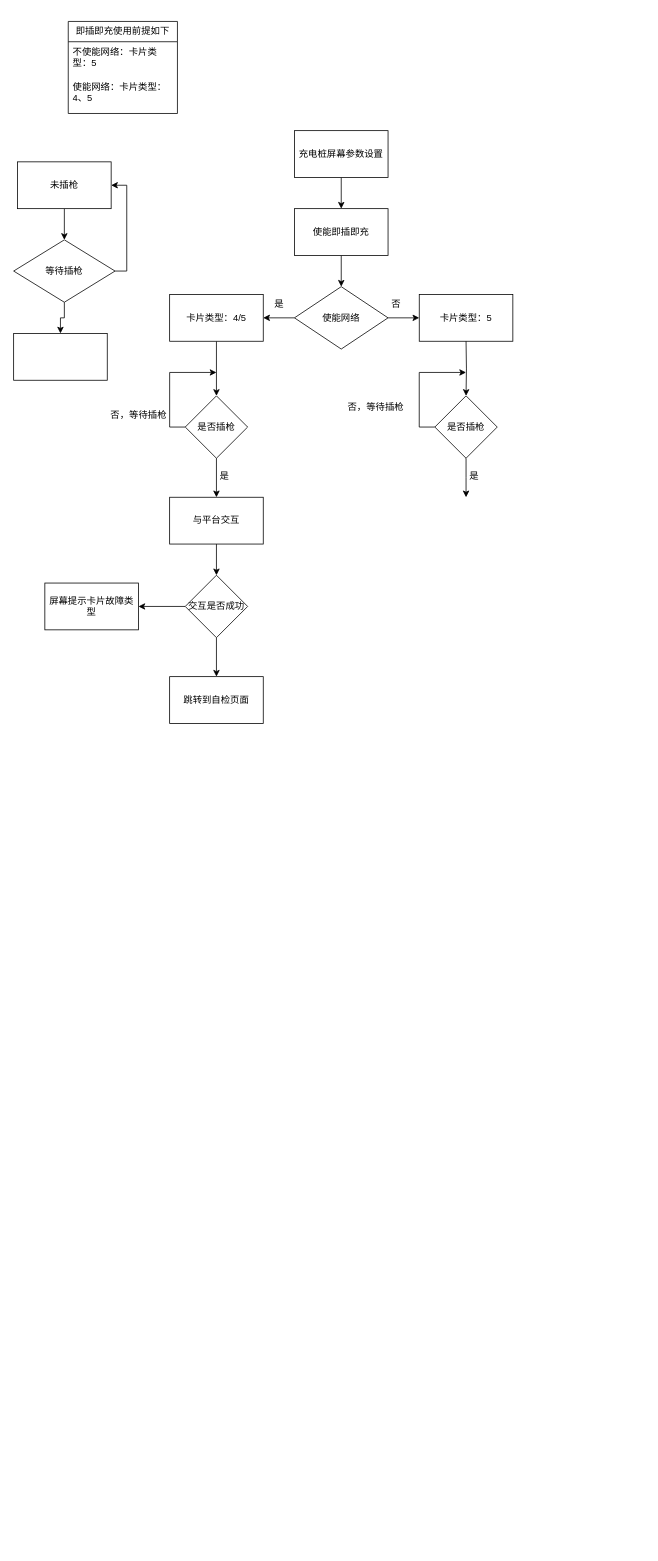
This is 即插即充.drawio from FaithZoro/DrawioFile, a draw.io file, before an edit. Source tidied: cells renumbered, new cells numbered last; positions are measured from the earlier drawing's top-left corner, leaving out a move shared by most shapes. Both pictures are drawn from the tidied source at 78%, with x=0, y=0 at pixel (13, 21).
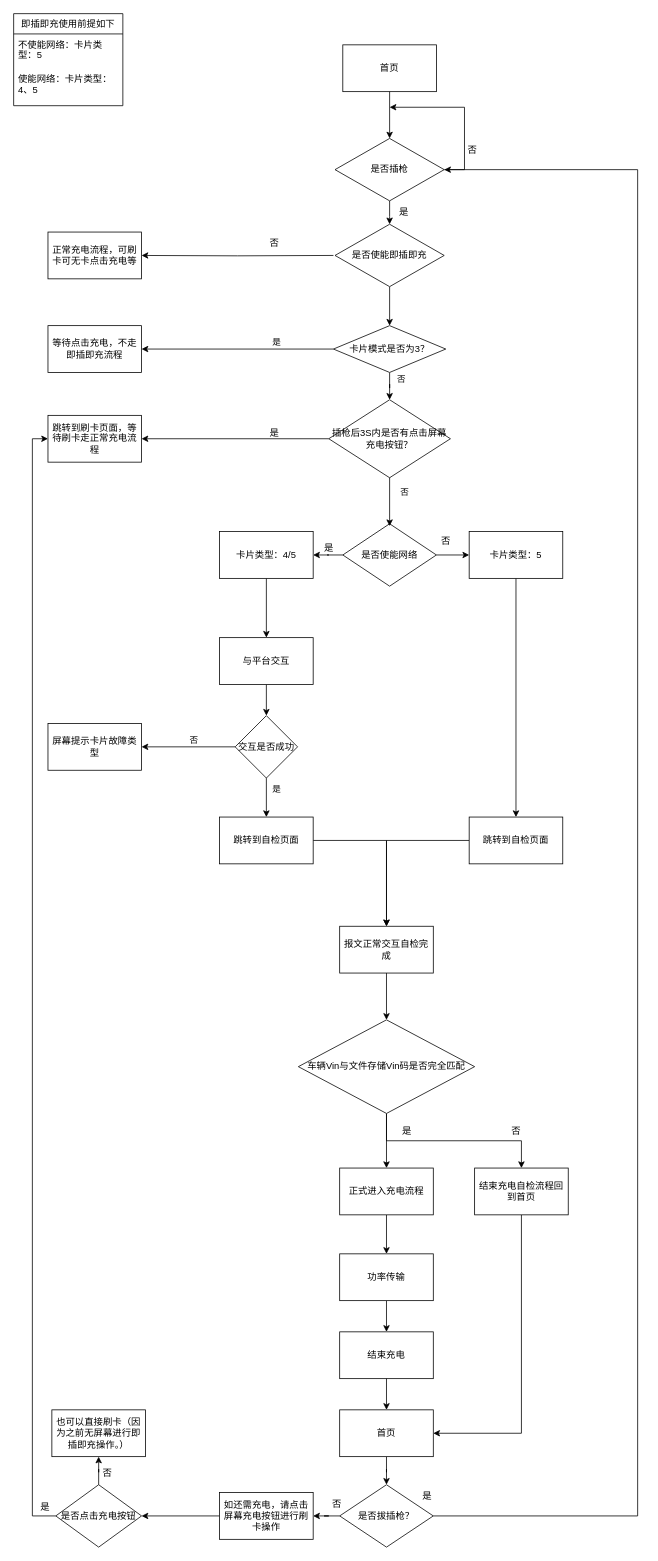
The same page after the edit.

Commit message:
更新即插即充.drawio

Unchanged cells that the change refers to:
```xml
<mxCell id="30" style="edgeStyle=orthogonalEdgeStyle;rounded=0;jettySize=auto;html=1;" parent="1" edge="1" source="32" target="33">
  <mxGeometry relative="1" as="geometry" />
</mxCell>
<mxCell id="31" style="edgeStyle=orthogonalEdgeStyle;rounded=0;jettySize=auto;html=1;" parent="1" edge="1" source="32" target="34">
  <mxGeometry relative="1" as="geometry" />
</mxCell>
```

Diff of the diagram source:
```diff
@@
     <mxCell id="2" value="即插即充使用前提如下" style="swimlane;fontStyle=0;horizontal=1;startSize=26;fillColor=none;whiteSpace=wrap;html=1;" parent="1" vertex="1">
-      <mxGeometry x="70" width="140" height="118" as="geometry" />
+      <mxGeometry y="-10" width="140" height="118" as="geometry" />
     </mxCell>
@@
-    <mxCell id="5" style="edgeStyle=orthogonalEdgeStyle;rounded=0;jettySize=auto;html=1;" parent="1" edge="1" source="6" target="9">
-      <mxGeometry relative="1" as="geometry" />
-    </mxCell>
-    <mxCell id="6" value="未插枪" style="whiteSpace=wrap;html=1;" parent="1" vertex="1">
-      <mxGeometry x="5" y="180" width="120" height="60" as="geometry" />
-    </mxCell>
-    <mxCell id="7" style="edgeStyle=orthogonalEdgeStyle;rounded=0;jettySize=auto;html=1;entryX=1;entryY=0.5;entryDx=0;entryDy=0;" parent="1" edge="1" source="9" target="6">
-      <mxGeometry relative="1" as="geometry">
-        <Array as="points">
-          <mxPoint x="145" y="320" />
-          <mxPoint x="145" y="210" />
-        </Array>
-      </mxGeometry>
-    </mxCell>
-    <mxCell id="8" style="edgeStyle=orthogonalEdgeStyle;rounded=0;jettySize=auto;html=1;" parent="1" edge="1" source="9" target="10">
-      <mxGeometry relative="1" as="geometry" />
-    </mxCell>
-    <mxCell id="9" value="等待插枪" style="rhombus;whiteSpace=wrap;html=1;direction=south;" parent="1" vertex="1">
-      <mxGeometry y="280" width="130" height="80" as="geometry" />
-    </mxCell>
-    <mxCell id="10" style="whiteSpace=wrap;html=1;" parent="1" vertex="1">
-      <mxGeometry y="400" width="120" height="60" as="geometry" />
-    </mxCell>
-    <mxCell id="11" style="edgeStyle=orthogonalEdgeStyle;rounded=0;jettySize=auto;html=1;" parent="1" edge="1" source="12" target="14">
-      <mxGeometry relative="1" as="geometry" />
-    </mxCell>
-    <mxCell id="12" value="充电桩屏幕参数设置" style="rounded=0;whiteSpace=wrap;html=1;" parent="1" vertex="1">
-      <mxGeometry x="360" y="140" width="120" height="60" as="geometry" />
+    <mxCell id="12" value="首页" style="rounded=0;whiteSpace=wrap;html=1;" parent="1" vertex="1">
+      <mxGeometry x="422" y="30" width="120" height="60" as="geometry" />
     </mxCell>
-    <mxCell id="13" style="edgeStyle=orthogonalEdgeStyle;rounded=0;jettySize=auto;html=1;" parent="1" edge="1" source="14" target="17">
-      <mxGeometry relative="1" as="geometry" />
-    </mxCell>
-    <mxCell id="14" value="使能即插即充" style="rounded=0;whiteSpace=wrap;html=1;" parent="1" vertex="1">
-      <mxGeometry x="360" y="240" width="120" height="60" as="geometry" />
-    </mxCell>
+    <mxCell id="41" style="edgeStyle=orthogonalEdgeStyle;rounded=0;jettySize=auto;html=1;exitX=0.5;exitY=1;exitDx=0;exitDy=0;" parent="1" edge="1" source="12" target="86">
+      <mxGeometry relative="1" as="geometry" />
+    </mxCell>
@@
-    <mxCell id="17" value="使能网络" style="rhombus;whiteSpace=wrap;html=1;rounded=0;" parent="1" vertex="1">
-      <mxGeometry x="360" y="340" width="120" height="80" as="geometry" />
+    <mxCell id="17" value="是否使能网络" style="rhombus;whiteSpace=wrap;html=1;rounded=0;" parent="1" vertex="1">
+      <mxGeometry x="422" y="644" width="120" height="80" as="geometry" />
     </mxCell>
+    <mxCell id="42" style="edgeStyle=orthogonalEdgeStyle;rounded=0;jettySize=auto;html=1;entryX=0.5;entryY=0;entryDx=0;entryDy=0;" parent="1" edge="1" source="18" target="47">
+      <mxGeometry relative="1" as="geometry" />
+    </mxCell>
     <mxCell id="18" value="卡片类型：5" style="rounded=0;whiteSpace=wrap;html=1;" parent="1" vertex="1">
-      <mxGeometry x="520" y="350" width="120" height="60" as="geometry" />
+      <mxGeometry x="584" y="654" width="120" height="60" as="geometry" />
     </mxCell>
-    <mxCell id="19" style="edgeStyle=orthogonalEdgeStyle;rounded=0;jettySize=auto;html=1;" parent="1" edge="1" source="20" target="25">
+    <mxCell id="19" style="edgeStyle=orthogonalEdgeStyle;rounded=0;jettySize=auto;html=1;entryX=0.5;entryY=0;entryDx=0;entryDy=0;" parent="1" edge="1" source="20" target="27">
       <mxGeometry relative="1" as="geometry" />
     </mxCell>
     <mxCell id="20" value="卡片类型：4/5" style="whiteSpace=wrap;html=1;rounded=0;" parent="1" vertex="1">
-      <mxGeometry x="200" y="350" width="120" height="60" as="geometry" />
+      <mxGeometry x="264" y="654" width="120" height="60" as="geometry" />
     </mxCell>
     <mxCell id="21" value="否" style="text;html=1;align=center;verticalAlign=middle;strokeColor=none;fillColor=none;" parent="1" vertex="1">
-      <mxGeometry x="470" y="348" width="40" height="30" as="geometry" />
+      <mxGeometry x="534" y="652" width="40" height="30" as="geometry" />
     </mxCell>
     <mxCell id="22" value="是" style="text;html=1;align=center;verticalAlign=middle;strokeColor=none;fillColor=none;" parent="1" vertex="1">
-      <mxGeometry x="320" y="348" width="40" height="30" as="geometry" />
+      <mxGeometry x="384" y="660" width="40" height="30" as="geometry" />
     </mxCell>
-    <mxCell id="23" style="edgeStyle=orthogonalEdgeStyle;rounded=0;jettySize=auto;html=1;" parent="1" edge="1" source="25" target="27">
-      <mxGeometry relative="1" as="geometry" />
-    </mxCell>
-    <mxCell id="24" style="edgeStyle=orthogonalEdgeStyle;rounded=0;jettySize=auto;html=1;exitX=0;exitY=0.5;exitDx=0;exitDy=0;" parent="1" edge="1" source="25">
-      <mxGeometry relative="1" as="geometry">
-        <mxPoint x="260" y="450" as="targetPoint" />
-        <Array as="points">
-          <mxPoint x="200" y="520" />
-          <mxPoint x="200" y="450" />
-        </Array>
-      </mxGeometry>
-    </mxCell>
-    <mxCell id="25" value="是否插枪" style="rhombus;whiteSpace=wrap;html=1;rounded=0;" parent="1" vertex="1">
-      <mxGeometry x="220" y="480" width="80" height="80" as="geometry" />
-    </mxCell>
@@
     <mxCell id="27" value="与平台交互" style="whiteSpace=wrap;html=1;rounded=0;" parent="1" vertex="1">
-      <mxGeometry x="200" y="610" width="120" height="60" as="geometry" />
+      <mxGeometry x="264" y="790" width="120" height="60" as="geometry" />
     </mxCell>
-    <mxCell id="28" value="是" style="text;html=1;align=center;verticalAlign=middle;strokeColor=none;fillColor=none;" parent="1" vertex="1">
-      <mxGeometry x="250" y="568" width="40" height="30" as="geometry" />
-    </mxCell>
-    <mxCell id="29" value="否，等待插枪" style="text;html=1;align=center;verticalAlign=middle;strokeColor=none;fillColor=none;" parent="1" vertex="1">
-      <mxGeometry x="110" y="490" width="100" height="30" as="geometry" />
-    </mxCell>
@@
+    <mxCell id="43" value="是" style="edgeLabel;html=1;align=center;verticalAlign=middle;" parent="30" vertex="1">
+      <mxGeometry x="-0.44" y="3" relative="1" as="geometry">
+        <mxPoint x="9" as="offset" />
+      </mxGeometry>
+    </mxCell>
@@
+    <mxCell id="44" value="否" style="edgeLabel;html=1;align=center;verticalAlign=middle;" parent="31" vertex="1">
+      <mxGeometry x="-0.1" y="-3" relative="1" as="geometry">
+        <mxPoint y="-7" as="offset" />
+      </mxGeometry>
+    </mxCell>
     <mxCell id="32" value="交互是否成功" style="rhombus;whiteSpace=wrap;html=1;rounded=0;" parent="1" vertex="1">
-      <mxGeometry x="220" y="710" width="80" height="80" as="geometry" />
+      <mxGeometry x="284" y="890" width="80" height="80" as="geometry" />
     </mxCell>
+    <mxCell id="45" style="edgeStyle=orthogonalEdgeStyle;rounded=0;jettySize=auto;html=1;" parent="1" edge="1" source="33" target="49">
+      <mxGeometry relative="1" as="geometry" />
+    </mxCell>
     <mxCell id="33" value="跳转到自检页面" style="whiteSpace=wrap;html=1;rounded=0;" parent="1" vertex="1">
-      <mxGeometry x="200" y="840" width="120" height="60" as="geometry" />
+      <mxGeometry x="264" y="1020" width="120" height="60" as="geometry" />
     </mxCell>
     <mxCell id="34" value="屏幕提示卡片故障类型" style="whiteSpace=wrap;html=1;rounded=0;" parent="1" vertex="1">
-      <mxGeometry x="40" y="720" width="120" height="60" as="geometry" />
+      <mxGeometry x="44" y="900" width="120" height="60" as="geometry" />
     </mxCell>
-    <mxCell id="35" style="edgeStyle=orthogonalEdgeStyle;rounded=0;jettySize=auto;html=1;" parent="1" edge="1" target="38">
-      <mxGeometry relative="1" as="geometry">
-        <mxPoint x="580" y="410" as="sourcePoint" />
-      </mxGeometry>
-    </mxCell>
-    <mxCell id="36" style="edgeStyle=orthogonalEdgeStyle;rounded=0;jettySize=auto;html=1;" parent="1" edge="1" source="38">
-      <mxGeometry relative="1" as="geometry">
-        <mxPoint x="580" y="610" as="targetPoint" />
-      </mxGeometry>
-    </mxCell>
-    <mxCell id="37" style="edgeStyle=orthogonalEdgeStyle;rounded=0;jettySize=auto;html=1;exitX=0;exitY=0.5;exitDx=0;exitDy=0;" parent="1" edge="1" source="38">
-      <mxGeometry relative="1" as="geometry">
-        <mxPoint x="580" y="450" as="targetPoint" />
-        <Array as="points">
-          <mxPoint x="520" y="520" />
-          <mxPoint x="520" y="450" />
-        </Array>
-      </mxGeometry>
-    </mxCell>
-    <mxCell id="38" value="是否插枪" style="rhombus;whiteSpace=wrap;html=1;rounded=0;" parent="1" vertex="1">
-      <mxGeometry x="540" y="480" width="80" height="80" as="geometry" />
-    </mxCell>
-    <mxCell id="39" value="是" style="text;html=1;align=center;verticalAlign=middle;strokeColor=none;fillColor=none;" parent="1" vertex="1">
-      <mxGeometry x="570" y="568" width="40" height="30" as="geometry" />
-    </mxCell>
-    <mxCell id="40" value="否，等待插枪" style="text;html=1;align=center;verticalAlign=middle;strokeColor=none;fillColor=none;" parent="1" vertex="1">
-      <mxGeometry x="414" y="480" width="100" height="30" as="geometry" />
+    <mxCell id="40" value="&lt;br&gt;&lt;div&gt;&lt;br&gt;&lt;/div&gt;" style="text;html=1;align=center;verticalAlign=middle;strokeColor=none;fillColor=none;" parent="1" vertex="1">
+      <mxGeometry x="518" y="779" width="20" height="40" as="geometry" />
     </mxCell>
+    <mxCell id="46" style="edgeStyle=orthogonalEdgeStyle;rounded=0;jettySize=auto;html=1;entryX=0.5;entryY=0;entryDx=0;entryDy=0;" parent="1" edge="1" source="47" target="49">
+      <mxGeometry relative="1" as="geometry" />
+    </mxCell>
+    <mxCell id="47" value="跳转到自检页面" style="whiteSpace=wrap;html=1;rounded=0;" parent="1" vertex="1">
+      <mxGeometry x="584" y="1020" width="120" height="60" as="geometry" />
+    </mxCell>
+    <mxCell id="48" style="edgeStyle=orthogonalEdgeStyle;rounded=0;jettySize=auto;html=1;" parent="1" edge="1" source="49" target="52">
+      <mxGeometry relative="1" as="geometry" />
+    </mxCell>
+    <mxCell id="49" value="报文正常交互自检完成" style="rounded=0;whiteSpace=wrap;html=1;" parent="1" vertex="1">
+      <mxGeometry x="418" y="1160" width="120" height="60" as="geometry" />
+    </mxCell>
+    <mxCell id="50" style="edgeStyle=orthogonalEdgeStyle;rounded=0;jettySize=auto;html=1;" parent="1" edge="1" source="52" target="54">
+      <mxGeometry relative="1" as="geometry" />
+    </mxCell>
+    <mxCell id="51" style="edgeStyle=orthogonalEdgeStyle;rounded=0;jettySize=auto;html=1;" parent="1" edge="1" source="52" target="56">
+      <mxGeometry relative="1" as="geometry" />
+    </mxCell>
+    <mxCell id="52" value="车辆Vin与文件存储Vin码是否完全匹配" style="rhombus;whiteSpace=wrap;html=1;rounded=0;" parent="1" vertex="1">
+      <mxGeometry x="365" y="1280" width="226" height="120" as="geometry" />
+    </mxCell>
+    <mxCell id="53" style="edgeStyle=orthogonalEdgeStyle;rounded=0;jettySize=auto;html=1;" parent="1" edge="1" source="54" target="60">
+      <mxGeometry relative="1" as="geometry" />
+    </mxCell>
+    <mxCell id="54" value="正式进入充电流程" style="whiteSpace=wrap;html=1;rounded=0;" parent="1" vertex="1">
+      <mxGeometry x="418" y="1470" width="120" height="60" as="geometry" />
+    </mxCell>
+    <mxCell id="55" style="edgeStyle=orthogonalEdgeStyle;rounded=0;jettySize=auto;html=1;entryX=1;entryY=0.5;entryDx=0;entryDy=0;exitX=0.5;exitY=1;exitDx=0;exitDy=0;" parent="1" edge="1" source="56" target="99">
+      <mxGeometry relative="1" as="geometry" />
+    </mxCell>
+    <mxCell id="56" value="结束充电自检流程回到首页" style="whiteSpace=wrap;html=1;rounded=0;" parent="1" vertex="1">
+      <mxGeometry x="591" y="1470" width="120" height="60" as="geometry" />
+    </mxCell>
+    <mxCell id="57" value="是" style="text;html=1;align=center;verticalAlign=middle;strokeColor=none;fillColor=none;" parent="1" vertex="1">
+      <mxGeometry x="484" y="1408" width="40" height="30" as="geometry" />
+    </mxCell>
+    <mxCell id="58" value="否" style="text;html=1;align=center;verticalAlign=middle;strokeColor=none;fillColor=none;" parent="1" vertex="1">
+      <mxGeometry x="624" y="1408" width="40" height="30" as="geometry" />
+    </mxCell>
+    <mxCell id="59" style="edgeStyle=orthogonalEdgeStyle;rounded=0;jettySize=auto;html=1;" parent="1" edge="1" source="60" target="62">
+      <mxGeometry relative="1" as="geometry" />
+    </mxCell>
+    <mxCell id="60" value="功率传输" style="whiteSpace=wrap;html=1;rounded=0;" parent="1" vertex="1">
+      <mxGeometry x="418" y="1580" width="120" height="60" as="geometry" />
+    </mxCell>
+    <mxCell id="61" style="edgeStyle=orthogonalEdgeStyle;rounded=0;jettySize=auto;html=1;" parent="1" edge="1" source="99" target="78">
+      <mxGeometry relative="1" as="geometry" />
+    </mxCell>
+    <mxCell id="62" value="结束充电" style="whiteSpace=wrap;html=1;rounded=0;" parent="1" vertex="1">
+      <mxGeometry x="418" y="1680" width="120" height="60" as="geometry" />
+    </mxCell>
+    <mxCell id="63" style="edgeStyle=orthogonalEdgeStyle;rounded=0;jettySize=auto;html=1;" parent="1" edge="1" source="67" target="68">
+      <mxGeometry relative="1" as="geometry" />
+    </mxCell>
+    <mxCell id="64" value="是" style="edgeLabel;html=1;align=center;verticalAlign=middle;" parent="63" vertex="1">
+      <mxGeometry x="-0.43" y="-4" relative="1" as="geometry">
+        <mxPoint x="-4" y="-6" as="offset" />
+      </mxGeometry>
+    </mxCell>
+    <mxCell id="65" style="edgeStyle=orthogonalEdgeStyle;rounded=0;jettySize=auto;html=1;" parent="1" edge="1" source="67" target="72">
+      <mxGeometry relative="1" as="geometry" />
+    </mxCell>
+    <mxCell id="66" value="否" style="edgeLabel;html=1;align=center;verticalAlign=middle;" parent="65" vertex="1">
+      <mxGeometry x="-0.64" y="4" relative="1" as="geometry">
+        <mxPoint x="10" as="offset" />
+      </mxGeometry>
+    </mxCell>
+    <mxCell id="67" value="卡片模式是否为3？" style="rhombus;whiteSpace=wrap;html=1;rounded=0;" parent="1" vertex="1">
+      <mxGeometry x="410" y="390" width="144" height="60" as="geometry" />
+    </mxCell>
+    <mxCell id="68" value="等待点击充电，不走即插即充流程" style="whiteSpace=wrap;html=1;rounded=0;" parent="1" vertex="1">
+      <mxGeometry x="44" y="390" width="120" height="60" as="geometry" />
+    </mxCell>
+    <mxCell id="69" style="edgeStyle=orthogonalEdgeStyle;rounded=0;jettySize=auto;html=1;exitX=0;exitY=0.5;exitDx=0;exitDy=0;" parent="1" edge="1" source="72" target="73">
+      <mxGeometry relative="1" as="geometry" />
+    </mxCell>
+    <mxCell id="70" style="edgeStyle=orthogonalEdgeStyle;rounded=0;orthogonalLoop=1;jettySize=auto;html=1;entryX=0.5;entryY=0.075;entryDx=0;entryDy=0;entryPerimeter=0;" parent="1" edge="1">
+      <mxGeometry relative="1" as="geometry">
+        <mxPoint x="482" y="582" as="sourcePoint" />
+        <mxPoint x="482" y="647" as="targetPoint" />
+      </mxGeometry>
+    </mxCell>
+    <mxCell id="71" value="否" style="edgeLabel;html=1;align=center;verticalAlign=middle;" parent="70" vertex="1">
+      <mxGeometry x="-0.36" y="2" relative="1" as="geometry">
+        <mxPoint x="16" as="offset" />
+      </mxGeometry>
+    </mxCell>
+    <mxCell id="72" value="插枪后3S内是否有点击屏幕充电按钮？" style="rhombus;whiteSpace=wrap;html=1;rounded=0;" parent="1" vertex="1">
+      <mxGeometry x="404" y="485" width="156" height="100" as="geometry" />
+    </mxCell>
+    <mxCell id="73" value="跳转到刷卡页面，等待刷卡走正常充电流程" style="whiteSpace=wrap;html=1;rounded=0;" parent="1" vertex="1">
+      <mxGeometry x="44" y="505" width="120" height="60" as="geometry" />
+    </mxCell>
+    <mxCell id="74" value="是" style="text;html=1;align=center;verticalAlign=middle;strokeColor=none;fillColor=none;" parent="1" vertex="1">
+      <mxGeometry x="314" y="513" width="40" height="30" as="geometry" />
+    </mxCell>
+    <mxCell id="75" style="edgeStyle=orthogonalEdgeStyle;rounded=0;jettySize=auto;html=1;entryX=0;entryY=0.5;entryDx=0;entryDy=0;exitX=0;exitY=0.5;exitDx=0;exitDy=0;" parent="1" edge="1" source="94" target="73">
+      <mxGeometry relative="1" as="geometry" />
+    </mxCell>
+    <mxCell id="76" style="edgeStyle=orthogonalEdgeStyle;rounded=0;jettySize=auto;html=1;" parent="1" edge="1" source="78" target="81">
+      <mxGeometry relative="1" as="geometry" />
+    </mxCell>
+    <mxCell id="77" style="edgeStyle=orthogonalEdgeStyle;rounded=0;jettySize=auto;html=1;entryX=1;entryY=0.5;entryDx=0;entryDy=0;" parent="1" edge="1" source="78" target="86">
+      <mxGeometry relative="1" as="geometry">
+        <Array as="points">
+          <mxPoint x="800" y="1916" />
+          <mxPoint x="800" y="190" />
+        </Array>
+      </mxGeometry>
+    </mxCell>
+    <mxCell id="78" value="是否拔插枪？" style="rhombus;whiteSpace=wrap;html=1;rounded=0;" parent="1" vertex="1">
+      <mxGeometry x="418" y="1876" width="120" height="80" as="geometry" />
+    </mxCell>
+    <mxCell id="79" value="否" style="text;html=1;align=center;verticalAlign=middle;strokeColor=none;fillColor=none;" parent="1" vertex="1">
+      <mxGeometry x="394" y="1886" width="40" height="30" as="geometry" />
+    </mxCell>
+    <mxCell id="80" style="edgeStyle=orthogonalEdgeStyle;rounded=0;jettySize=auto;html=1;entryX=1;entryY=0.5;entryDx=0;entryDy=0;" parent="1" edge="1" source="81" target="94">
+      <mxGeometry relative="1" as="geometry" />
+    </mxCell>
+    <mxCell id="81" value="如还需充电，请点击屏幕充电按钮进行刷卡操作" style="whiteSpace=wrap;html=1;rounded=0;" parent="1" vertex="1">
+      <mxGeometry x="264" y="1886" width="120" height="60" as="geometry" />
+    </mxCell>
+    <mxCell id="82" value="是" style="text;html=1;align=center;verticalAlign=middle;strokeColor=none;fillColor=none;" parent="1" vertex="1">
+      <mxGeometry x="510" y="1876" width="40" height="30" as="geometry" />
+    </mxCell>
+    <mxCell id="83" style="edgeStyle=orthogonalEdgeStyle;rounded=0;jettySize=auto;html=1;entryX=0.5;entryY=0;entryDx=0;entryDy=0;" parent="1" edge="1" source="86">
+      <mxGeometry relative="1" as="geometry">
+        <mxPoint x="482" y="260" as="targetPoint" />
+      </mxGeometry>
+    </mxCell>
+    <mxCell id="84" style="edgeStyle=orthogonalEdgeStyle;rounded=0;jettySize=auto;html=1;exitX=1;exitY=0.5;exitDx=0;exitDy=0;" parent="1" edge="1" source="86">
+      <mxGeometry relative="1" as="geometry">
+        <mxPoint x="482" y="110" as="targetPoint" />
+        <Array as="points">
+          <mxPoint x="578" y="190" />
+          <mxPoint x="578" y="110" />
+        </Array>
+      </mxGeometry>
+    </mxCell>
+    <mxCell id="85" style="edgeStyle=orthogonalEdgeStyle;rounded=0;jettySize=auto;html=1;" parent="1" edge="1" target="88">
+      <mxGeometry relative="1" as="geometry">
+        <mxPoint x="410" y="300" as="sourcePoint" />
+      </mxGeometry>
+    </mxCell>
+    <mxCell id="86" value="是否插枪" style="rhombus;whiteSpace=wrap;html=1;rounded=0;" parent="1" vertex="1">
+      <mxGeometry x="412" y="150" width="140" height="80" as="geometry" />
+    </mxCell>
+    <mxCell id="87" value="是" style="text;html=1;align=center;verticalAlign=middle;strokeColor=none;fillColor=none;" parent="1" vertex="1">
+      <mxGeometry x="480" y="230" width="40" height="30" as="geometry" />
+    </mxCell>
+    <mxCell id="88" value="正常充电流程，可刷卡可无卡点击充电等" style="whiteSpace=wrap;html=1;rounded=0;" parent="1" vertex="1">
+      <mxGeometry x="44" y="270" width="120" height="60" as="geometry" />
+    </mxCell>
+    <mxCell id="89" value="否" style="text;html=1;align=center;verticalAlign=middle;strokeColor=none;fillColor=none;" parent="1" vertex="1">
+      <mxGeometry x="314" y="270" width="40" height="30" as="geometry" />
+    </mxCell>
+    <mxCell id="90" style="edgeStyle=orthogonalEdgeStyle;rounded=0;jettySize=auto;html=1;entryX=0.5;entryY=0;entryDx=0;entryDy=0;" parent="1" edge="1" source="91" target="67">
+      <mxGeometry relative="1" as="geometry" />
+    </mxCell>
+    <mxCell id="91" value="是否使能即插即充" style="rhombus;whiteSpace=wrap;html=1;rounded=0;" parent="1" vertex="1">
+      <mxGeometry x="412" y="260" width="140" height="80" as="geometry" />
+    </mxCell>
+    <mxCell id="92" value="否" style="text;html=1;align=center;verticalAlign=middle;strokeColor=none;fillColor=none;" parent="1" vertex="1">
+      <mxGeometry x="568" y="150" width="40" height="30" as="geometry" />
+    </mxCell>
+    <mxCell id="93" style="edgeStyle=orthogonalEdgeStyle;rounded=0;jettySize=auto;html=1;" parent="1" edge="1" source="94" target="96">
+      <mxGeometry relative="1" as="geometry" />
+    </mxCell>
+    <mxCell id="94" value="是否点击充电按钮" style="rhombus;whiteSpace=wrap;html=1;" parent="1" vertex="1">
+      <mxGeometry x="54" y="1876" width="110" height="80" as="geometry" />
+    </mxCell>
+    <mxCell id="95" value="是" style="text;html=1;align=center;verticalAlign=middle;strokeColor=none;fillColor=none;" parent="1" vertex="1">
+      <mxGeometry x="20" y="1890" width="40" height="30" as="geometry" />
+    </mxCell>
+    <mxCell id="96" value="也可以直接刷卡（因为之前无屏幕进行即插即充操作。）" style="whiteSpace=wrap;html=1;" parent="1" vertex="1">
+      <mxGeometry x="49" y="1780" width="120" height="60" as="geometry" />
+    </mxCell>
+    <mxCell id="97" value="否" style="text;html=1;align=center;verticalAlign=middle;strokeColor=none;fillColor=none;" parent="1" vertex="1">
+      <mxGeometry x="100" y="1846" width="40" height="30" as="geometry" />
+    </mxCell>
+    <mxCell id="98" style="edgeStyle=orthogonalEdgeStyle;rounded=0;jettySize=auto;html=1;" parent="1" edge="1" source="62" target="99">
+      <mxGeometry relative="1" as="geometry" />
+    </mxCell>
+    <mxCell id="99" value="首页" style="rounded=0;whiteSpace=wrap;html=1;" parent="1" vertex="1">
+      <mxGeometry x="418" y="1780" width="120" height="60" as="geometry" />
+    </mxCell>
```
